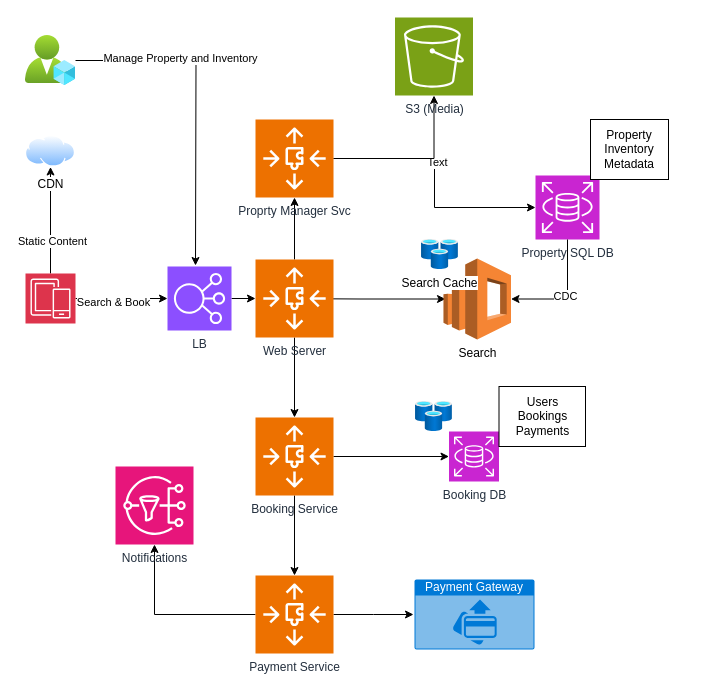
Above: HotelBooking.drawio in pnargunde/jobhunt-ops (draw.io), before the change. Source tidied: cells renumbered, new cells numbered last; positions are measured from the earlier drawing's top-left corner, leaving out a move shared by most shapes. Both pictures are drawn from the tidied source at 100%, with x=0, y=0 at pixel (25, 17).
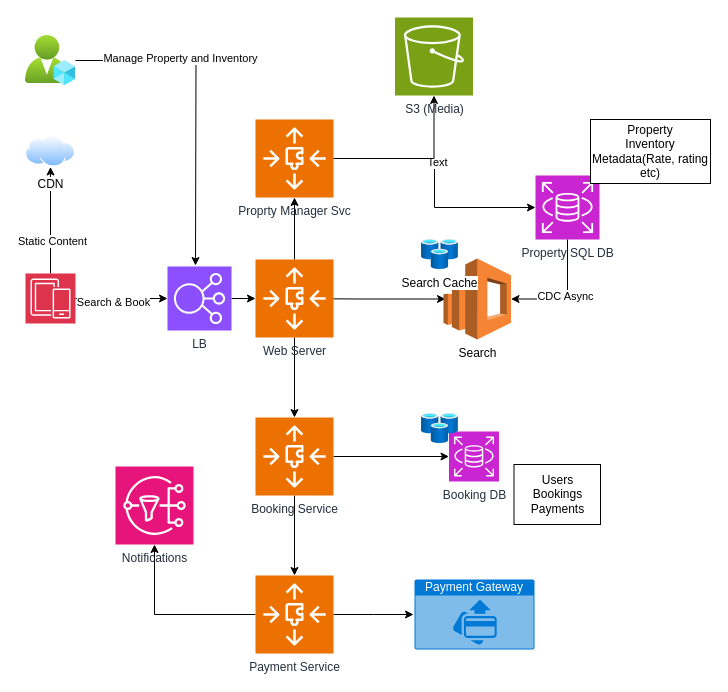
After the change.

The change refers to these unchanged cells:
```xml
<mxCell id="35" style="edgeStyle=orthogonalEdgeStyle;rounded=0;jettySize=auto;html=1;entryX=1;entryY=0.5;entryDx=0;entryDy=0;entryPerimeter=0;" parent="1" edge="1" source="33" target="13">
  <mxGeometry relative="1" as="geometry">
    <Array as="points">
      <mxPoint x="542" y="281.5" />
    </Array>
  </mxGeometry>
</mxCell>
```

Diff of the diagram source:
```diff
@@
     <mxCell id="15" style="image;html=1;align=center;fontSize=12;image=img/lib/azure2/databases/Cache_Redis.svg;" parent="1" vertex="1">
-      <mxGeometry x="390" y="384" width="36.9" height="30" as="geometry" />
+      <mxGeometry x="396" y="396" width="36.9" height="30" as="geometry" />
     </mxCell>
@@
-    <mxCell id="36" value="CDC" style="edgeLabel;html=1;align=center;verticalAlign=middle;" parent="35" vertex="1">
+    <mxCell id="36" value="CDC Async" style="edgeLabel;html=1;align=center;verticalAlign=middle;" parent="35" vertex="1">
       <mxGeometry x="-0.03" y="-3" relative="1" as="geometry" />
     </mxCell>
-    <mxCell id="37" value="Property&lt;br&gt;Inventory&lt;br&gt;Metadata" style="rounded=0;whiteSpace=wrap;html=1;" parent="1" vertex="1">
-      <mxGeometry x="565" y="102" width="78" height="60" as="geometry" />
+    <mxCell id="37" value="Property&lt;br&gt;Inventory&lt;br&gt;Metadata(Rate, rating etc)" style="rounded=0;whiteSpace=wrap;html=1;" parent="1" vertex="1">
+      <mxGeometry x="565" y="102" width="120" height="64" as="geometry" />
     </mxCell>
     <mxCell id="38" value="Users&lt;br&gt;Bookings&lt;br&gt;Payments" style="rounded=0;whiteSpace=wrap;html=1;" parent="1" vertex="1">
-      <mxGeometry x="473.5" y="369" width="86.5" height="60" as="geometry" />
+      <mxGeometry x="488.5" y="447" width="86.5" height="60" as="geometry" />
     </mxCell>
```
